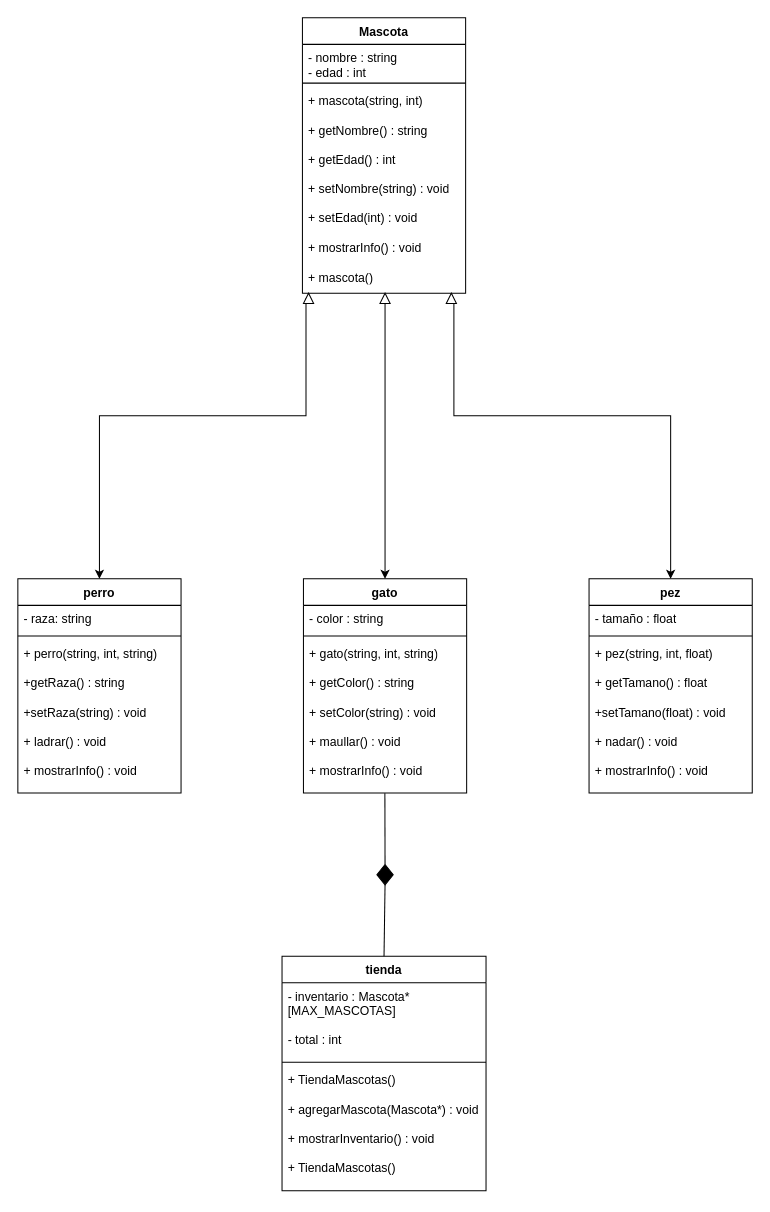
Earlier version of the draw.io diagram UML_tienda.drawio (a01715561-art/Tienda-de-mascotas). Source tidied: cells renumbered, new cells numbered last; positions are measured from the earlier drawing's top-left corner, leaving out a move shared by most shapes. Both pictures are drawn from the tidied source at 102%, with x=0, y=0 at pixel (17, 17).
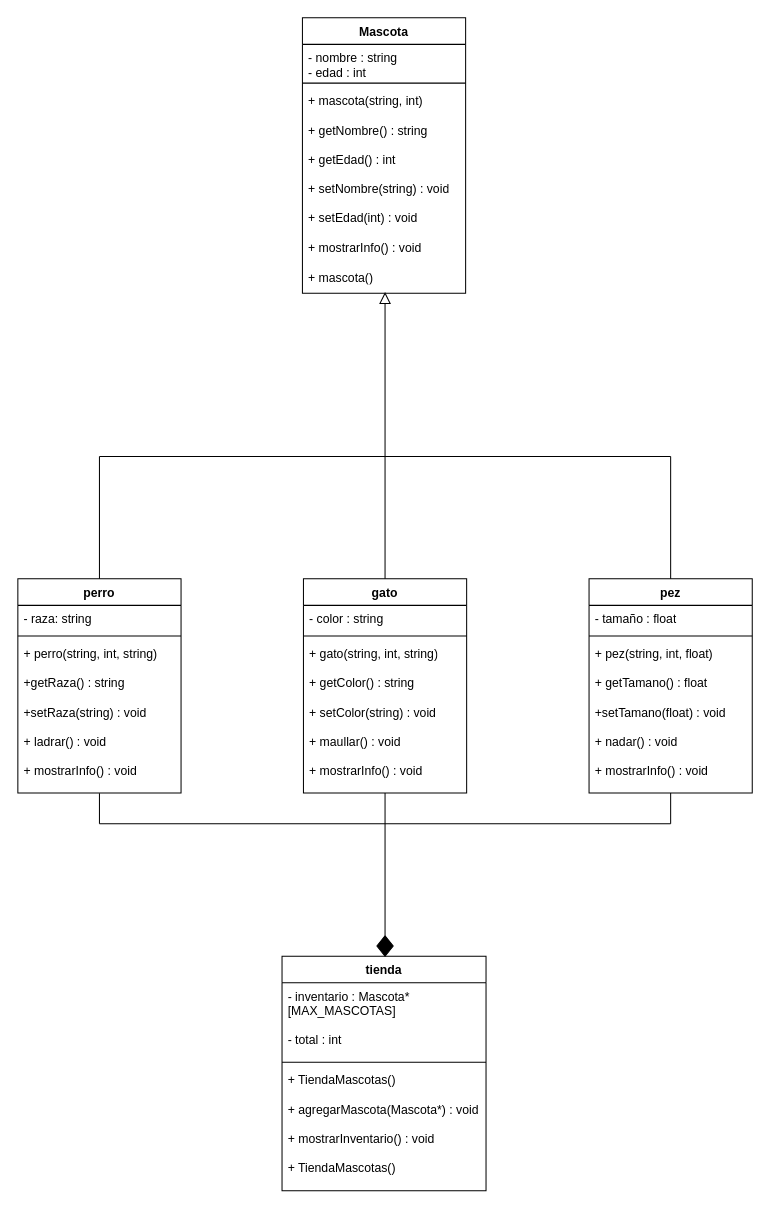
The same diagram, later.

The change refers to these unchanged cells:
```xml
<mxCell id="6" value="pez" style="swimlane;fontStyle=1;align=center;verticalAlign=top;horizontal=1;startSize=26;whiteSpace=wrap;html=1;" parent="1" vertex="1">
  <mxGeometry x="560" y="550" width="160" height="210" as="geometry" />
</mxCell>
<mxCell id="10" value="gato" style="swimlane;fontStyle=1;align=center;verticalAlign=top;horizontal=1;startSize=26;whiteSpace=wrap;html=1;" parent="1" vertex="1">
  <mxGeometry x="280" y="550" width="160" height="210" as="geometry" />
</mxCell>
<mxCell id="13" value="+ gato(string, int, string)&lt;div&gt;&lt;br&gt;&lt;/div&gt;&lt;div&gt;+ getColor() : string&lt;/div&gt;&lt;div&gt;&lt;br&gt;&lt;/div&gt;&lt;div&gt;+ setColor(string) : void&lt;/div&gt;&lt;div&gt;&lt;br&gt;&lt;/div&gt;&lt;div&gt;+ maullar() : void&lt;/div&gt;&lt;div&gt;&lt;br&gt;&lt;/div&gt;&lt;div&gt;+ mostrarInfo() : void&lt;/div&gt;" style="text;strokeColor=none;fillColor=none;align=left;verticalAlign=top;spacingLeft=4;spacingRight=4;overflow=hidden;points=[[0,0.5],[1,0.5]];portConstraint=eastwest;whiteSpace=wrap;html=1;" parent="10" vertex="1">
  <mxGeometry y="60" width="160" height="150" as="geometry" />
</mxCell>
<mxCell id="14" value="perro" style="swimlane;fontStyle=1;align=center;verticalAlign=top;horizontal=1;startSize=26;whiteSpace=wrap;html=1;" parent="1" vertex="1">
  <mxGeometry y="550" width="160" height="210" as="geometry" />
</mxCell>
<mxCell id="17" value="+ perro(string, int, string)&lt;div&gt;&lt;br&gt;&lt;/div&gt;&lt;div&gt;+getRaza() : string&lt;/div&gt;&lt;div&gt;&lt;br&gt;&lt;/div&gt;&lt;div&gt;+setRaza(string) : void&amp;nbsp;&lt;/div&gt;&lt;div&gt;&lt;br&gt;&lt;/div&gt;&lt;div&gt;+ ladrar() : void&lt;/div&gt;&lt;div&gt;&lt;br&gt;&lt;/div&gt;&lt;div&gt;+ mostrarInfo() : void&lt;/div&gt;" style="text;strokeColor=none;fillColor=none;align=left;verticalAlign=top;spacingLeft=4;spacingRight=4;overflow=hidden;points=[[0,0.5],[1,0.5]];portConstraint=eastwest;whiteSpace=wrap;html=1;" parent="14" vertex="1">
  <mxGeometry y="60" width="160" height="150" as="geometry" />
</mxCell>
<mxCell id="18" value="tienda" style="swimlane;fontStyle=1;align=center;verticalAlign=top;horizontal=1;startSize=26;whiteSpace=wrap;html=1;" parent="1" vertex="1">
  <mxGeometry x="259" y="920" width="200" height="230" as="geometry" />
</mxCell>
```

What changed in the source:
```diff
@@
     <mxCell id="22" style="rhombus;whiteSpace=wrap;html=1;fillColor=#000000;" parent="1" vertex="1">
-      <mxGeometry x="352" y="830" width="16" height="20" as="geometry" />
+      <mxGeometry x="352" y="900" width="16" height="20" as="geometry" />
     </mxCell>
-    <mxCell id="23" style="endArrow=none;html=1;rounded=0;exitX=0.5;exitY=0;exitDx=0;exitDy=0;entryX=0.499;entryY=1.002;entryDx=0;entryDy=0;entryPerimeter=0;" parent="1" edge="1" source="22" target="13">
-      <mxGeometry relative="1" as="geometry" />
-    </mxCell>
-    <mxCell id="24" style="endArrow=none;html=1;rounded=0;exitX=0.5;exitY=0;exitDx=0;exitDy=0;" parent="1" edge="1" source="18">
-      <mxGeometry relative="1" as="geometry">
-        <mxPoint x="360" y="850" as="targetPoint" />
-      </mxGeometry>
+    <mxCell id="24" style="endArrow=none;html=1;rounded=0;entryX=0.5;entryY=1;entryDx=0;entryDy=0;entryPerimeter=0;exitX=0.5;exitY=0;exitDx=0;exitDy=0;" parent="1" edge="1" source="22" target="13">
+      <mxGeometry relative="1" as="geometry" />
     </mxCell>
-    <mxCell id="25" style="edgeStyle=orthogonalEdgeStyle;rounded=0;jettySize=auto;html=1;exitX=0;exitY=0.75;exitDx=0;exitDy=0;entryX=0.5;entryY=0;entryDx=0;entryDy=0;" parent="1" edge="1" source="26" target="6">
-      <mxGeometry relative="1" as="geometry">
-        <Array as="points">
-          <mxPoint x="427" y="390" />
-          <mxPoint x="640" y="390" />
-        </Array>
-      </mxGeometry>
-    </mxCell>
-    <mxCell id="26" style="triangle;whiteSpace=wrap;html=1;rotation=-90;" parent="1" vertex="1">
-      <mxGeometry x="420" y="270" width="10" height="10" as="geometry" />
-    </mxCell>
-    <mxCell id="27" style="edgeStyle=orthogonalEdgeStyle;rounded=0;jettySize=auto;html=1;exitX=0.5;exitY=0;exitDx=0;exitDy=0;entryX=0.5;entryY=0;entryDx=0;entryDy=0;" parent="1" edge="1" source="28" target="14">
-      <mxGeometry relative="1" as="geometry">
-        <Array as="points">
-          <mxPoint x="283" y="390" />
-          <mxPoint x="80" y="390" />
-        </Array>
-      </mxGeometry>
-    </mxCell>
-    <mxCell id="28" style="triangle;whiteSpace=wrap;html=1;rotation=-90;" parent="1" vertex="1">
-      <mxGeometry x="280" y="270" width="10" height="10" as="geometry" />
-    </mxCell>
+    <mxCell id="30" style="triangle;whiteSpace=wrap;html=1;rotation=-90;" parent="1" vertex="1">
+      <mxGeometry x="355" y="270" width="10" height="10" as="geometry" />
+    </mxCell>
-    <mxCell id="29" style="edgeStyle=orthogonalEdgeStyle;rounded=0;jettySize=auto;html=1;exitX=0;exitY=0.5;exitDx=0;exitDy=0;entryX=0.5;entryY=0;entryDx=0;entryDy=0;" parent="1" edge="1" source="30" target="10">
+    <mxCell id="29" style="endArrow=none;html=1;rounded=0;entryX=0.5;entryY=0;entryDx=0;entryDy=0;exitX=0;exitY=0.5;exitDx=0;exitDy=0;" parent="1" edge="1" source="30" target="10">
       <mxGeometry relative="1" as="geometry" />
     </mxCell>
-    <mxCell id="30" style="triangle;whiteSpace=wrap;html=1;rotation=-90;" parent="1" vertex="1">
-      <mxGeometry x="355" y="270" width="10" height="10" as="geometry" />
-    </mxCell>
+    <mxCell id="31" style="endArrow=none;html=1;rounded=0;" parent="1" edge="1">
+      <mxGeometry relative="1" as="geometry">
+        <mxPoint x="80" y="430" as="sourcePoint" />
+        <mxPoint x="640" y="430" as="targetPoint" />
+        <Array as="points">
+          <mxPoint x="220" y="430" />
+        </Array>
+      </mxGeometry>
+    </mxCell>
+    <mxCell id="32" style="endArrow=none;html=1;rounded=0;exitX=0.5;exitY=0;exitDx=0;exitDy=0;" parent="1" edge="1" source="14">
+      <mxGeometry relative="1" as="geometry">
+        <mxPoint x="80" y="430" as="targetPoint" />
+      </mxGeometry>
+    </mxCell>
+    <mxCell id="33" style="endArrow=none;html=1;rounded=0;exitX=0.5;exitY=1.002;exitDx=0;exitDy=0;exitPerimeter=0;" parent="1" edge="1" source="17">
+      <mxGeometry relative="1" as="geometry">
+        <mxPoint x="80" y="790" as="targetPoint" />
+      </mxGeometry>
+    </mxCell>
+    <mxCell id="34" style="endArrow=none;html=1;rounded=0;" parent="1" edge="1">
+      <mxGeometry relative="1" as="geometry">
+        <mxPoint x="640" y="790" as="sourcePoint" />
+        <mxPoint x="640" y="760" as="targetPoint" />
+      </mxGeometry>
+    </mxCell>
+    <mxCell id="35" style="endArrow=none;html=1;rounded=0;exitX=0.5;exitY=0;exitDx=0;exitDy=0;" parent="1" edge="1" source="6">
+      <mxGeometry relative="1" as="geometry">
+        <mxPoint x="640" y="430" as="targetPoint" />
+      </mxGeometry>
+    </mxCell>
+    <mxCell id="36" style="endArrow=none;html=1;rounded=0;" parent="1" edge="1">
+      <mxGeometry relative="1" as="geometry">
+        <mxPoint x="80" y="790" as="sourcePoint" />
+        <mxPoint x="640" y="790" as="targetPoint" />
+      </mxGeometry>
+    </mxCell>
```
